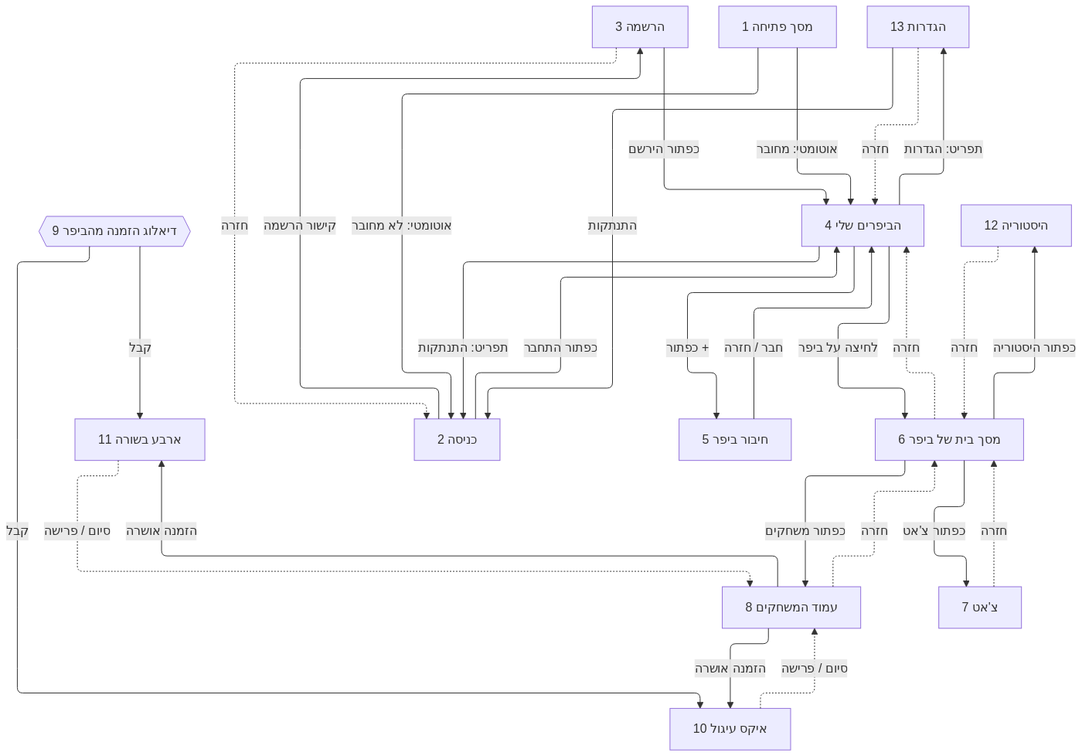
Av1zi/EbeepMobile keeps this Mermaid diagram as docs/screen-flow.png. Above is the earlier version. Its source is kept beside it as docs/screen-flow.mmd.
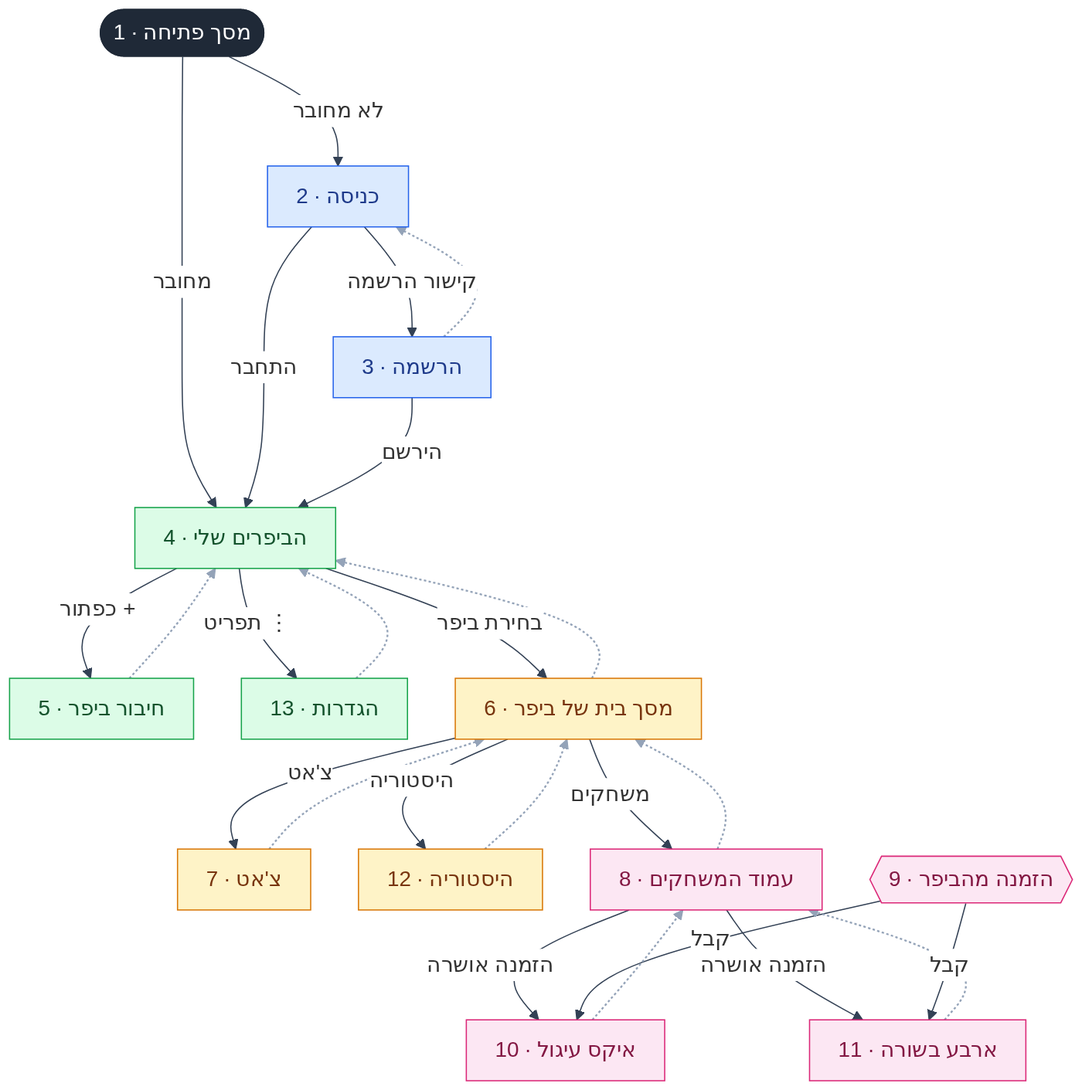
The same diagram one commit later.

Commit message:
Redesign screen-flow diagram: top-down layout, color groups, back arrows

What changed in the source:
```diff
@@ -1,31 +1,52 @@
----
-config:
-  layout: elk
----
 flowchart TD
-    S["1 מסך פתיחה"] -->|"אוטומטי: לא מחובר"| L["2 כניסה"]
-    S -->|"אוטומטי: מחובר"| B["4 הביפרים שלי"]
-    L -->|"קישור הרשמה"| R["3 הרשמה"]
-    R -.->|"חזרה"| L
-    L -->|"כפתור התחבר"| B
-    R -->|"כפתור הירשם"| B
-    B -->|"תפריט: התנתקות"| L
-    B -->|"כפתור +"| A["5 חיבור ביפר"]
-    A -->|"חבר / חזרה"| B
-    B -->|"תפריט: הגדרות"| T["13 הגדרות"]
-    T -.->|"חזרה"| B
-    T -->|"התנתקות"| L
-    B -->|"לחיצה על ביפר"| H["6 מסך בית של ביפר"]
-    H -.->|"חזרה"| B
-    H -->|"כפתור צ'אט"| C["7 צ'אט"]
-    H -->|"כפתור משחקים"| G["8 עמוד המשחקים"]
-    H -->|"כפתור היסטוריה"| Y["12 היסטוריה"]
-    C -.->|"חזרה"| H
-    G -.->|"חזרה"| H
-    Y -.->|"חזרה"| H
-    G -->|"הזמנה אושרה"| X["10 איקס עיגול"]
-    G -->|"הזמנה אושרה"| F["11 ארבע בשורה"]
-    X -.->|"סיום / פרישה"| G
-    F -.->|"סיום / פרישה"| G
-    I{{"9 דיאלוג הזמנה מהביפר"}} -->|"קבל"| X
+    S(["1 · מסך פתיחה"])
+    L["2 · כניסה"]
+    R["3 · הרשמה"]
+    B["4 · הביפרים שלי"]
+    A["5 · חיבור ביפר"]
+    T["13 · הגדרות"]
+    H["6 · מסך בית של ביפר"]
+    C["7 · צ'אט"]
+    Y["12 · היסטוריה"]
+    G["8 · עמוד המשחקים"]
+    X["10 · איקס עיגול"]
+    F["11 · ארבע בשורה"]
+    I{{"9 · הזמנה מהביפר"}}
+
+    S -->|"לא מחובר"| L
+    S -->|"מחובר"| B
+    L -->|"קישור הרשמה"| R
+    L -->|"התחבר"| B
+    R -->|"הירשם"| B
+    B -->|"כפתור +"| A
+    B -->|"בחירת ביפר"| H
+    B -->|"תפריט ⋮"| T
+    H -->|"צ'אט"| C
+    H -->|"משחקים"| G
+    H -->|"היסטוריה"| Y
+    G -->|"הזמנה אושרה"| X
+    G -->|"הזמנה אושרה"| F
+    I -->|"קבל"| X
     I -->|"קבל"| F
+
+    R -.-> L
+    A -.-> B
+    T -.-> B
+    H -.-> B
+    C -.-> H
+    Y -.-> H
+    G -.-> H
+    X -.-> G
+    F -.-> G
+
+    classDef start fill:#1f2937,stroke:#1f2937,color:#ffffff
+    classDef auth fill:#dbeafe,stroke:#2563eb,color:#1e3a8a
+    classDef acc fill:#dcfce7,stroke:#16a34a,color:#14532d
+    classDef beep fill:#fef3c7,stroke:#d97706,color:#78350f
+    classDef game fill:#fce7f3,stroke:#db2777,color:#831843
+    class S start
+    class L,R auth
+    class B,A,T acc
+    class C,H,Y beep
+    class X,G,F,I game
+    linkStyle 15,16,17,18,19,20,21,22,23 stroke:#94a3b8,stroke-width:1.5px
```
